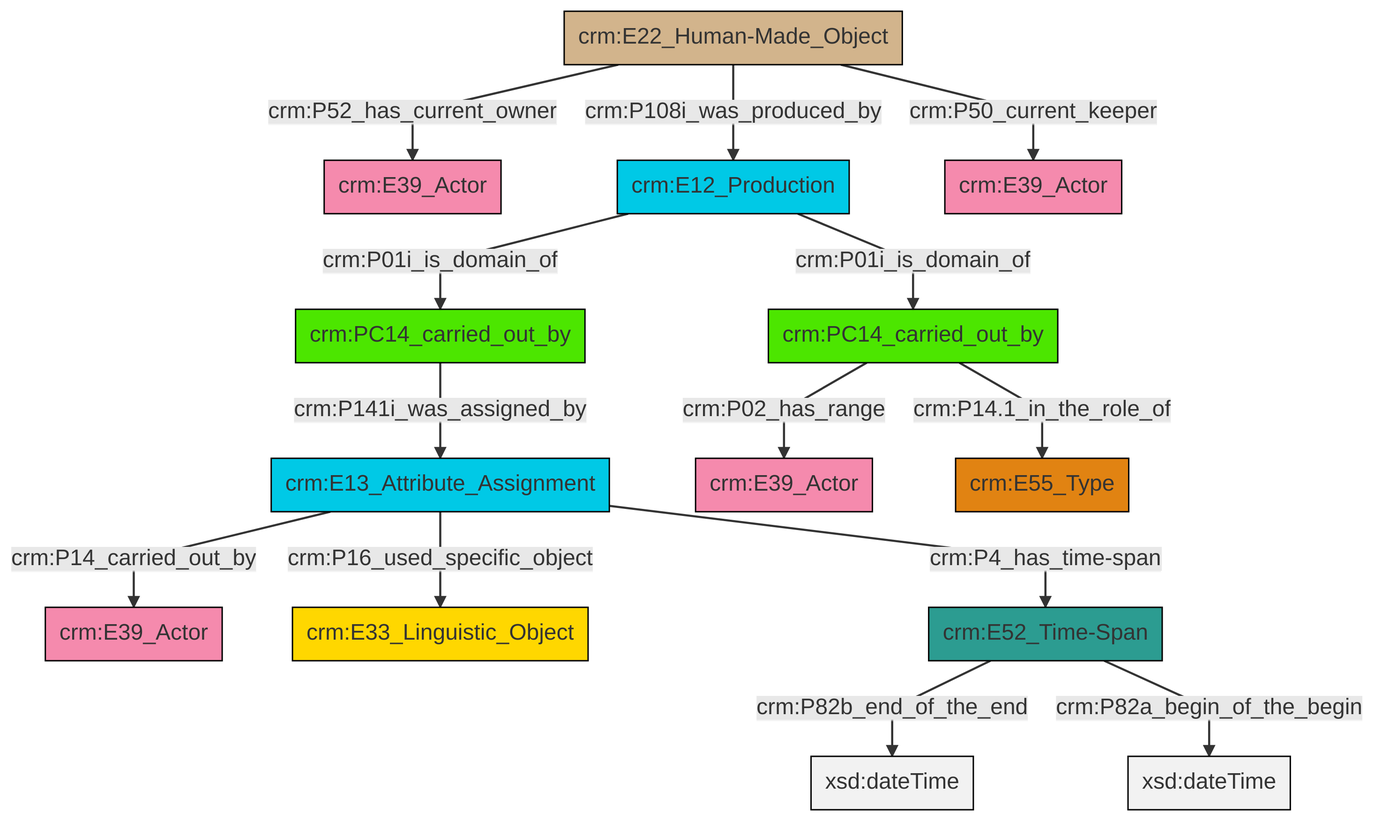
The Mermaid diagram et/carrierCSV/ttl/mmd/png/carrier_relations.png in swiss-art-research-net/docs.swissartresearch, before a commit. Its source is kept beside it as et/carrierCSV/ttl/mmd/carrier_relations.ttl.mmd.
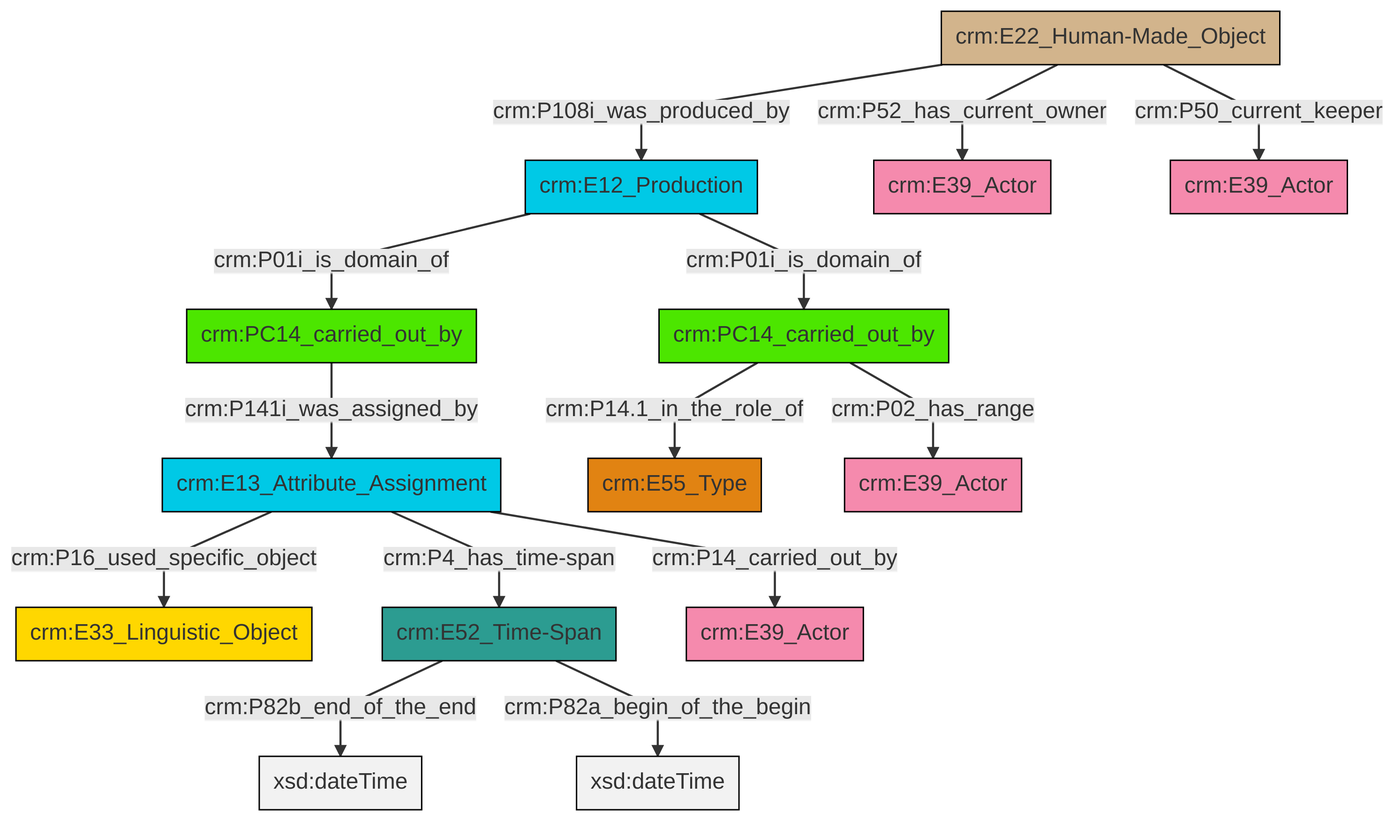
Above is the later version.

Diff of the diagram source:
```diff
@@ -14,15 +14,15 @@
 classDef Multi fill:#cccccc,stroke:#000000;
 
 2["crm:E13_Attribute_Assignment"]:::Temporal_Entity -->|crm:P16_used_specific_object| 3["crm:E33_Linguistic_Object"]:::Conceptual_Object
-4["crm:PC14_carried_out_by"]:::PC_Classes -->|crm:P02_has_range| 10["crm:E39_Actor"]:::Actor
-16["crm:E12_Production"]:::Temporal_Entity -->|crm:P01i_is_domain_of| 6["crm:PC14_carried_out_by"]:::PC_Classes
-16["crm:E12_Production"]:::Temporal_Entity -->|crm:P01i_is_domain_of| 4["crm:PC14_carried_out_by"]:::PC_Classes
-2["crm:E13_Attribute_Assignment"]:::Temporal_Entity -->|crm:P14_carried_out_by| 0["crm:E39_Actor"]:::Actor
-14["crm:E52_Time-Span"]:::Time-Span -->|crm:P82b_end_of_the_end| 17[xsd:dateTime]:::Literal
-19["crm:E22_Human-Made_Object"]:::Physical_Thing -->|crm:P50_current_keeper| 20["crm:E39_Actor"]:::Actor
-19["crm:E22_Human-Made_Object"]:::Physical_Thing -->|crm:P52_has_current_owner| 8["crm:E39_Actor"]:::Actor
-14["crm:E52_Time-Span"]:::Time-Span -->|crm:P82a_begin_of_the_begin| 21[xsd:dateTime]:::Literal
-19["crm:E22_Human-Made_Object"]:::Physical_Thing -->|crm:P108i_was_produced_by| 16["crm:E12_Production"]:::Temporal_Entity
-2["crm:E13_Attribute_Assignment"]:::Temporal_Entity -->|crm:P4_has_time-span| 14["crm:E52_Time-Span"]:::Time-Span
-4["crm:PC14_carried_out_by"]:::PC_Classes -->|crm:P14.1_in_the_role_of| 12["crm:E55_Type"]:::Type
-6["crm:PC14_carried_out_by"]:::PC_Classes -->|crm:P141i_was_assigned_by| 2["crm:E13_Attribute_Assignment"]:::Temporal_Entity
+4["crm:PC14_carried_out_by"]:::PC_Classes -->|crm:P141i_was_assigned_by| 2["crm:E13_Attribute_Assignment"]:::Temporal_Entity
+10["crm:E22_Human-Made_Object"]:::Physical_Thing -->|crm:P108i_was_produced_by| 8["crm:E12_Production"]:::Temporal_Entity
+11["crm:E52_Time-Span"]:::Time-Span -->|crm:P82b_end_of_the_end| 12[xsd:dateTime]:::Literal
+0["crm:PC14_carried_out_by"]:::PC_Classes -->|crm:P14.1_in_the_role_of| 5["crm:E55_Type"]:::Type
+11["crm:E52_Time-Span"]:::Time-Span -->|crm:P82a_begin_of_the_begin| 13[xsd:dateTime]:::Literal
+0["crm:PC14_carried_out_by"]:::PC_Classes -->|crm:P02_has_range| 14["crm:E39_Actor"]:::Actor
+2["crm:E13_Attribute_Assignment"]:::Temporal_Entity -->|crm:P14_carried_out_by| 15["crm:E39_Actor"]:::Actor
+8["crm:E12_Production"]:::Temporal_Entity -->|crm:P01i_is_domain_of| 0["crm:PC14_carried_out_by"]:::PC_Classes
+10["crm:E22_Human-Made_Object"]:::Physical_Thing -->|crm:P52_has_current_owner| 17["crm:E39_Actor"]:::Actor
+10["crm:E22_Human-Made_Object"]:::Physical_Thing -->|crm:P50_current_keeper| 23["crm:E39_Actor"]:::Actor
+2["crm:E13_Attribute_Assignment"]:::Temporal_Entity -->|crm:P4_has_time-span| 11["crm:E52_Time-Span"]:::Time-Span
+8["crm:E12_Production"]:::Temporal_Entity -->|crm:P01i_is_domain_of| 4["crm:PC14_carried_out_by"]:::PC_Classes
```
